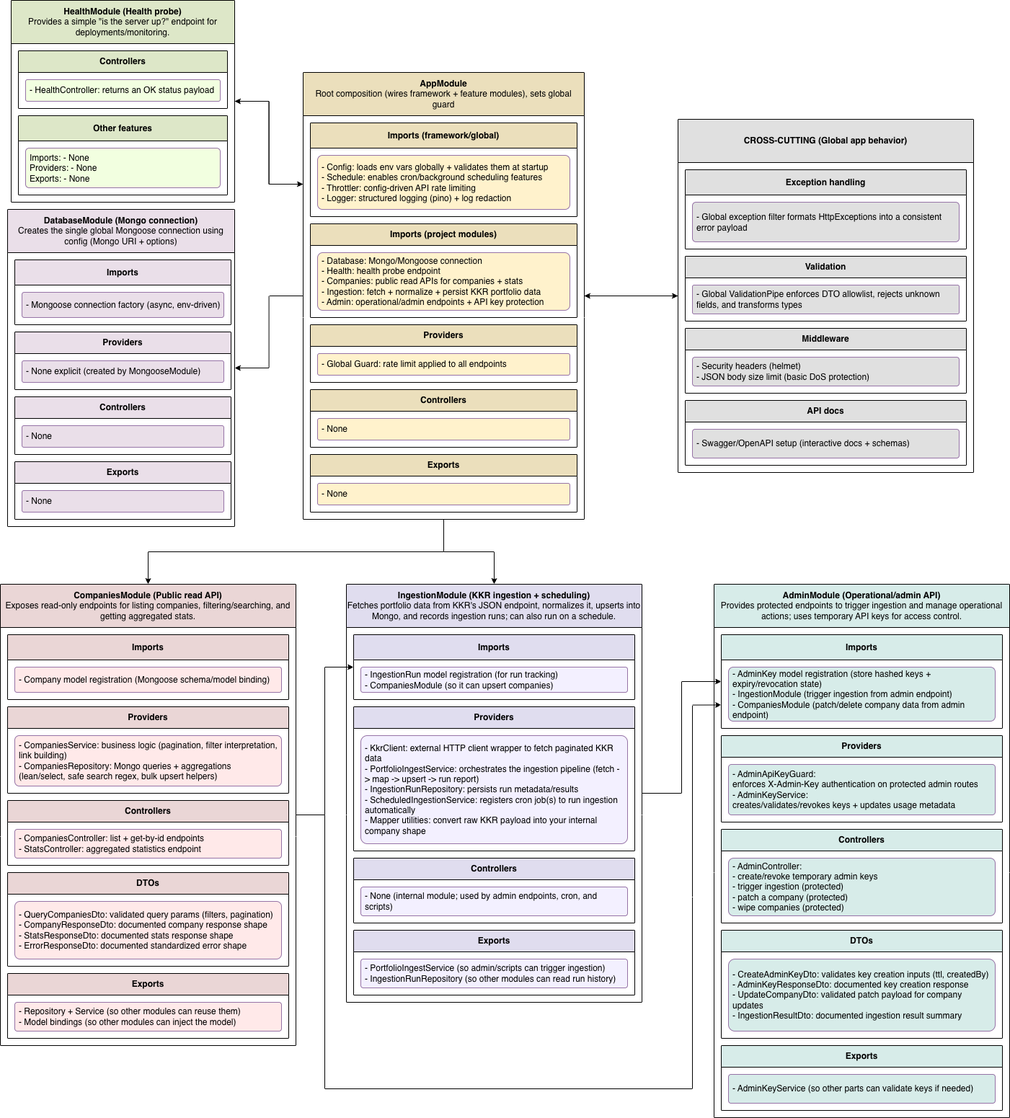
Above: docs/diagrams/PortfoRadar.drawio.png in armanfeili/PortfoRadar (draw.io), before the change. Source tidied: cells renumbered, new cells last; positions are measured from the earlier drawing's top-left corner, leaving out a move shared by most shapes.
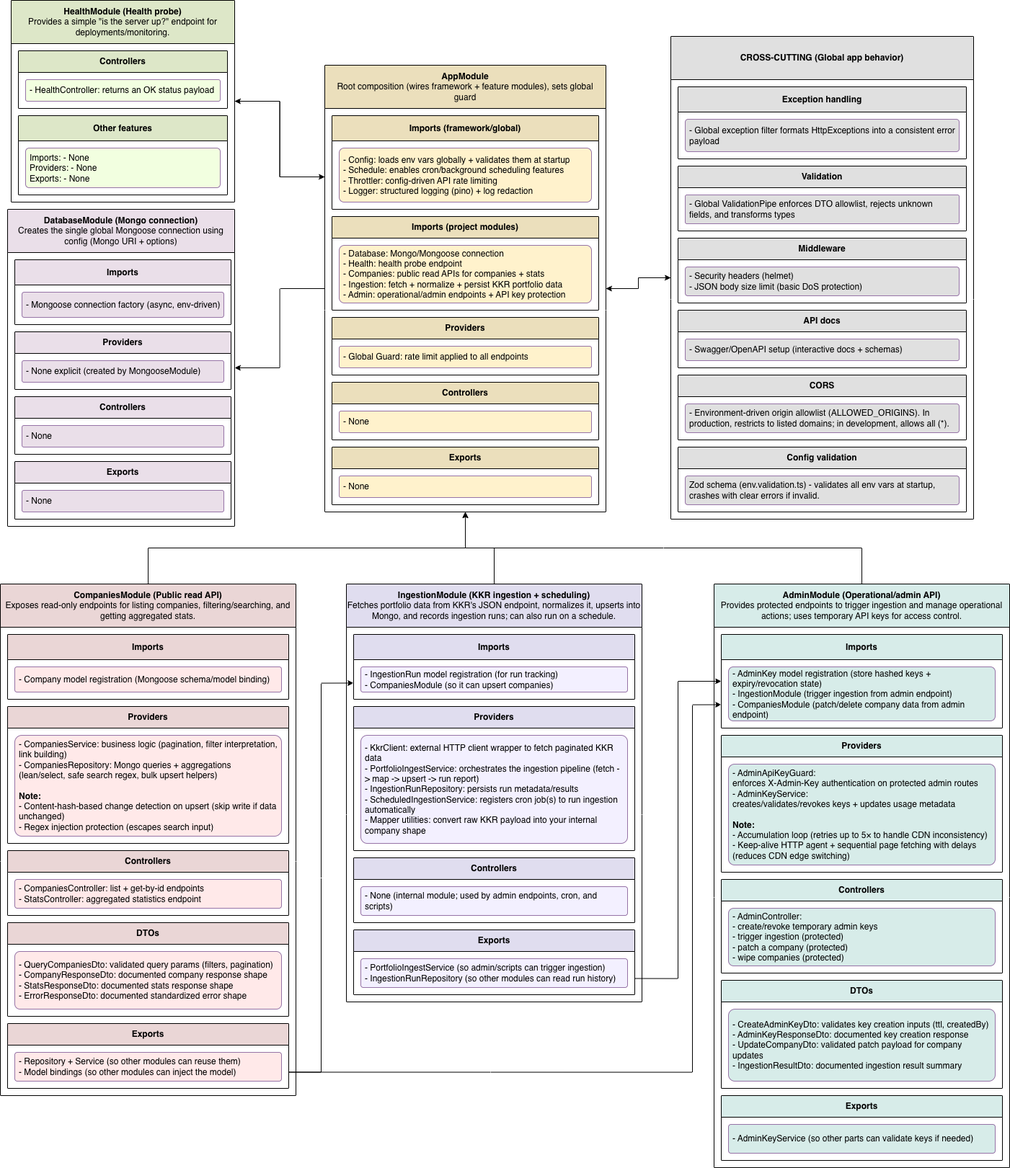
The same file after the commit.

Commit message:
diagram completed

Diff of the diagram source:
```diff
@@ -7,5 +7,2 @@
     </mxCell>
-    <mxCell id="3" style="edgeStyle=orthogonalEdgeStyle;rounded=0;jettySize=auto;html=1;exitX=0.5;exitY=1;exitDx=0;exitDy=0;entryX=0.5;entryY=0;entryDx=0;entryDy=0;" parent="1" edge="1" source="7" target="35">
-      <mxGeometry relative="1" as="geometry" />
-    </mxCell>
     <mxCell id="4" style="edgeStyle=orthogonalEdgeStyle;rounded=0;jettySize=auto;html=1;exitX=0;exitY=0.25;exitDx=0;exitDy=0;entryX=1;entryY=0.5;entryDx=0;entryDy=0;" parent="1" edge="1" source="7" target="28">
@@ -16,7 +13,4 @@
     </mxCell>
-    <mxCell id="6" style="edgeStyle=orthogonalEdgeStyle;rounded=0;jettySize=auto;html=1;exitX=0.5;exitY=1;exitDx=0;exitDy=0;entryX=0.5;entryY=0;entryDx=0;entryDy=0;" parent="1" edge="1" source="7" target="47">
-      <mxGeometry relative="1" as="geometry" />
-    </mxCell>
     <mxCell id="7" value="AppModule&lt;div&gt;&lt;span style=&quot;font-weight: normal;&quot;&gt;Root composition (wires framework + feature modules), sets global guard&lt;/span&gt;&lt;/div&gt;" style="swimlane;whiteSpace=wrap;html=1;fillColor=#EBDFBC;strokeColor=default;startSize=60;" parent="1" vertex="1">
-      <mxGeometry x="420" y="100" width="390" height="620" as="geometry" />
+      <mxGeometry x="450" y="90" width="390" height="620" as="geometry" />
     </mxCell>
@@ -97,17 +91,7 @@
     </mxCell>
-    <mxCell id="33" style="edgeStyle=orthogonalEdgeStyle;rounded=0;jettySize=auto;html=1;exitX=1;exitY=0.5;exitDx=0;exitDy=0;entryX=0;entryY=0.5;entryDx=0;entryDy=0;" parent="1" edge="1" source="35" target="48">
-      <mxGeometry relative="1" as="geometry" />
-    </mxCell>
-    <mxCell id="34" style="edgeStyle=orthogonalEdgeStyle;rounded=0;jettySize=auto;html=1;exitX=1;exitY=0.5;exitDx=0;exitDy=0;entryX=0;entryY=0.75;entryDx=0;entryDy=0;" parent="1" edge="1" source="35" target="57">
-      <mxGeometry relative="1" as="geometry">
-        <Array as="points">
-          <mxPoint x="450" y="1130" />
-          <mxPoint x="450" y="1510" />
-          <mxPoint x="960" y="1510" />
-          <mxPoint x="960" y="978" />
-        </Array>
-      </mxGeometry>
-    </mxCell>
+    <mxCell id="77" style="edgeStyle=orthogonalEdgeStyle;rounded=0;jettySize=auto;html=1;exitX=0.5;exitY=0;exitDx=0;exitDy=0;entryX=0.5;entryY=1;entryDx=0;entryDy=0;" parent="1" edge="1" source="35" target="7">
+      <mxGeometry relative="1" as="geometry" />
+    </mxCell>
     <mxCell id="35" value="CompaniesModule (Public read API)&lt;div&gt;&lt;span style=&quot;font-weight: normal;&quot;&gt;Exposes read-only endpoints for listing companies, filtering/searching, and getting aggregated stats.&lt;/span&gt;&lt;/div&gt;" style="swimlane;whiteSpace=wrap;html=1;fillColor=#EAD6D6;strokeColor=default;startSize=60;" parent="1" vertex="1">
-      <mxGeometry y="810" width="410" height="640" as="geometry" />
+      <mxGeometry y="810" width="410" height="710" as="geometry" />
     </mxCell>
@@ -120,9 +104,9 @@
     <mxCell id="38" value="&lt;div style=&quot;&quot;&gt;&lt;div style=&quot;text-align: left;&quot;&gt;Providers&lt;/div&gt;&lt;/div&gt;" style="swimlane;whiteSpace=wrap;html=1;fillColor=#EAD6D6;strokeColor=default;startSize=30;" parent="35" vertex="1">
-      <mxGeometry x="10" y="170" width="390" height="120" as="geometry" />
+      <mxGeometry x="10" y="170" width="390" height="190" as="geometry" />
     </mxCell>
-    <mxCell id="39" value="&lt;div style=&quot;&quot;&gt;&lt;div&gt;&lt;span style=&quot;font-weight: 400;&quot;&gt;- CompaniesService: business logic (pagination, filter interpretation, link building)&lt;/span&gt;&lt;/div&gt;&lt;div&gt;&lt;span style=&quot;font-weight: 400;&quot;&gt;- CompaniesRepository: Mongo queries + aggregations (lean/select, safe search regex, bulk upsert helpers)&lt;/span&gt;&lt;/div&gt;&lt;/div&gt;" style="rounded=1;whiteSpace=wrap;html=1;align=left;fillColor=#FFE9E9;strokeColor=#9673a6;fontStyle=1;arcSize=9;spacing=6;" parent="38" vertex="1">
-      <mxGeometry x="10" y="40" width="370" height="70" as="geometry" />
+    <mxCell id="39" value="&lt;div style=&quot;&quot;&gt;&lt;div&gt;&lt;span style=&quot;font-weight: 400;&quot;&gt;- CompaniesService: business logic (pagination, filter interpretation, link building)&lt;/span&gt;&lt;/div&gt;&lt;div&gt;&lt;span style=&quot;font-weight: 400;&quot;&gt;- CompaniesRepository: Mongo queries + aggregations (lean/select, safe search regex, bulk upsert helpers)&lt;/span&gt;&lt;/div&gt;&lt;div&gt;&lt;span style=&quot;font-weight: 400;&quot;&gt;&lt;br&gt;&lt;/span&gt;&lt;/div&gt;&lt;div&gt;Note:&lt;/div&gt;&lt;div&gt;&lt;div style=&quot;&quot;&gt;&lt;span style=&quot;font-weight: 400;&quot;&gt;- Content-hash-based change detection on upsert (skip write if data unchanged)&lt;/span&gt;&lt;/div&gt;&lt;div style=&quot;&quot;&gt;&lt;span style=&quot;font-weight: 400;&quot;&gt;- Regex injection protection (escapes search input)&lt;/span&gt;&lt;/div&gt;&lt;/div&gt;&lt;/div&gt;" style="rounded=1;whiteSpace=wrap;html=1;align=left;fillColor=#FFE9E9;strokeColor=#9673a6;fontStyle=1;arcSize=7;spacing=6;" parent="38" vertex="1">
+      <mxGeometry x="10" y="40" width="370" height="140" as="geometry" />
     </mxCell>
     <mxCell id="40" value="&lt;div style=&quot;&quot;&gt;&lt;div style=&quot;text-align: left;&quot;&gt;Controllers&lt;/div&gt;&lt;/div&gt;" style="swimlane;whiteSpace=wrap;html=1;fillColor=#EAD6D6;strokeColor=default;startSize=30;" parent="35" vertex="1">
-      <mxGeometry x="10" y="300" width="390" height="90" as="geometry" />
+      <mxGeometry x="10" y="370" width="390" height="90" as="geometry" />
     </mxCell>
@@ -132,3 +116,3 @@
     <mxCell id="42" value="&lt;div style=&quot;&quot;&gt;&lt;div style=&quot;text-align: left;&quot;&gt;Exports&lt;/div&gt;&lt;/div&gt;" style="swimlane;whiteSpace=wrap;html=1;fillColor=#EAD6D6;strokeColor=default;startSize=30;" parent="35" vertex="1">
-      <mxGeometry x="10" y="540" width="390" height="90" as="geometry" />
+      <mxGeometry x="10" y="610" width="390" height="90" as="geometry" />
     </mxCell>
@@ -138,3 +122,3 @@
     <mxCell id="44" value="&lt;div style=&quot;&quot;&gt;&lt;div style=&quot;text-align: left;&quot;&gt;DTOs&lt;/div&gt;&lt;/div&gt;" style="swimlane;whiteSpace=wrap;html=1;fillColor=#EAD6D6;strokeColor=default;startSize=30;" parent="35" vertex="1">
-      <mxGeometry x="10" y="400" width="390" height="130" as="geometry" />
+      <mxGeometry x="10" y="470" width="390" height="130" as="geometry" />
     </mxCell>
@@ -143,5 +127,5 @@
     </mxCell>
-    <mxCell id="46" style="edgeStyle=orthogonalEdgeStyle;rounded=0;jettySize=auto;html=1;exitX=1;exitY=0.5;exitDx=0;exitDy=0;entryX=0;entryY=0.5;entryDx=0;entryDy=0;" parent="1" edge="1" source="47" target="57">
-      <mxGeometry relative="1" as="geometry" />
-    </mxCell>
+    <mxCell id="78" style="edgeStyle=orthogonalEdgeStyle;rounded=0;jettySize=auto;html=1;exitX=0.5;exitY=0;exitDx=0;exitDy=0;entryX=0.5;entryY=1;entryDx=0;entryDy=0;" parent="1" edge="1" source="47" target="7">
+      <mxGeometry relative="1" as="geometry" />
+    </mxCell>
     <mxCell id="47" value="&lt;div&gt;IngestionModule (KKR ingestion + scheduling)&lt;/div&gt;&lt;div&gt;&lt;span style=&quot;font-weight: normal;&quot;&gt;Fetches portfolio data from KKR's JSON endpoint, normalizes it, upserts into Mongo, and records ingestion runs; can also run on a schedule.&lt;/span&gt;&lt;/div&gt;" style="swimlane;whiteSpace=wrap;html=1;fillColor=#E0DDEF;strokeColor=default;startSize=60;" parent="1" vertex="1">
@@ -173,4 +157,7 @@
     </mxCell>
+    <mxCell id="79" style="edgeStyle=orthogonalEdgeStyle;rounded=0;jettySize=auto;html=1;exitX=0.5;exitY=0;exitDx=0;exitDy=0;entryX=0.5;entryY=1;entryDx=0;entryDy=0;" parent="1" edge="1" source="56" target="7">
+      <mxGeometry relative="1" as="geometry" />
+    </mxCell>
     <mxCell id="56" value="AdminModule (Operational/admin API)&lt;div&gt;&lt;span style=&quot;font-weight: normal;&quot;&gt;Provides protected endpoints to trigger ingestion and manage operational actions; uses temporary API keys for access control.&lt;/span&gt;&lt;/div&gt;" style="swimlane;whiteSpace=wrap;html=1;fillColor=#D7ECE9;strokeColor=default;startSize=60;" parent="1" vertex="1">
-      <mxGeometry x="990" y="810" width="410" height="740" as="geometry" />
+      <mxGeometry x="990" y="810" width="410" height="810" as="geometry" />
     </mxCell>
@@ -183,9 +170,9 @@
     <mxCell id="59" value="&lt;div style=&quot;&quot;&gt;&lt;div style=&quot;text-align: left;&quot;&gt;Providers&lt;/div&gt;&lt;/div&gt;" style="swimlane;whiteSpace=wrap;html=1;fillColor=#D7ECE9;strokeColor=default;startSize=30;" parent="56" vertex="1">
-      <mxGeometry x="10" y="210" width="390" height="120" as="geometry" />
+      <mxGeometry x="10" y="210" width="390" height="190" as="geometry" />
     </mxCell>
-    <mxCell id="60" value="&lt;div style=&quot;&quot;&gt;&lt;div&gt;&lt;span style=&quot;font-weight: 400;&quot;&gt;- AdminApiKeyGuard:&amp;nbsp;&lt;/span&gt;&lt;/div&gt;&lt;div&gt;&lt;span style=&quot;font-weight: 400;&quot;&gt;enforces X-Admin-Key authentication on protected admin routes&lt;/span&gt;&lt;/div&gt;&lt;div&gt;&lt;span style=&quot;font-weight: 400;&quot;&gt;- AdminKeyService:&amp;nbsp;&lt;/span&gt;&lt;/div&gt;&lt;div&gt;&lt;span style=&quot;font-weight: 400;&quot;&gt;creates/validates/revokes keys + updates usage metadata&lt;/span&gt;&lt;/div&gt;&lt;/div&gt;" style="rounded=1;whiteSpace=wrap;html=1;align=left;fillColor=#D7ECE9;strokeColor=#9673a6;fontStyle=1;arcSize=6;spacing=6;" parent="59" vertex="1">
-      <mxGeometry x="10" y="40" width="370" height="70" as="geometry" />
+    <mxCell id="60" value="&lt;div style=&quot;&quot;&gt;&lt;div&gt;&lt;span style=&quot;font-weight: 400;&quot;&gt;- AdminApiKeyGuard:&amp;nbsp;&lt;/span&gt;&lt;/div&gt;&lt;div&gt;&lt;span style=&quot;font-weight: 400;&quot;&gt;enforces X-Admin-Key authentication on protected admin routes&lt;/span&gt;&lt;/div&gt;&lt;div&gt;&lt;span style=&quot;font-weight: 400;&quot;&gt;- AdminKeyService:&amp;nbsp;&lt;/span&gt;&lt;/div&gt;&lt;div&gt;&lt;span style=&quot;font-weight: 400;&quot;&gt;creates/validates/revokes keys + updates usage metadata&lt;/span&gt;&lt;/div&gt;&lt;div&gt;&lt;span style=&quot;font-weight: 400;&quot;&gt;&lt;br&gt;&lt;/span&gt;&lt;/div&gt;&lt;div&gt;Note:&lt;/div&gt;&lt;div&gt;&lt;div style=&quot;&quot;&gt;&lt;span style=&quot;font-weight: 400;&quot;&gt;- Accumulation loop (retries up to 5× to handle CDN inconsistency)&lt;/span&gt;&lt;/div&gt;&lt;div style=&quot;&quot;&gt;&lt;span style=&quot;font-weight: 400;&quot;&gt;- Keep-alive HTTP agent + sequential page fetching with delays (reduces CDN edge switching)&lt;/span&gt;&lt;/div&gt;&lt;/div&gt;&lt;/div&gt;" style="rounded=1;whiteSpace=wrap;html=1;align=left;fillColor=#D7ECE9;strokeColor=#9673a6;fontStyle=1;arcSize=6;spacing=6;" parent="59" vertex="1">
+      <mxGeometry x="10" y="40" width="370" height="140" as="geometry" />
     </mxCell>
     <mxCell id="61" value="&lt;div style=&quot;&quot;&gt;&lt;div style=&quot;text-align: left;&quot;&gt;Controllers&lt;/div&gt;&lt;/div&gt;" style="swimlane;whiteSpace=wrap;html=1;fillColor=#D7ECE9;strokeColor=default;startSize=30;" parent="56" vertex="1">
-      <mxGeometry x="10" y="340" width="390" height="130" as="geometry" />
+      <mxGeometry x="10" y="410" width="390" height="130" as="geometry" />
     </mxCell>
@@ -195,3 +182,3 @@
     <mxCell id="63" value="&lt;div style=&quot;&quot;&gt;&lt;div style=&quot;text-align: left;&quot;&gt;DTOs&lt;/div&gt;&lt;/div&gt;" style="swimlane;whiteSpace=wrap;html=1;fillColor=#D7ECE9;strokeColor=default;startSize=30;" parent="56" vertex="1">
-      <mxGeometry x="10" y="480" width="390" height="150" as="geometry" />
+      <mxGeometry x="10" y="550" width="390" height="150" as="geometry" />
     </mxCell>
@@ -201,3 +188,3 @@
     <mxCell id="65" value="&lt;div style=&quot;&quot;&gt;&lt;div style=&quot;text-align: left;&quot;&gt;Exports&lt;/div&gt;&lt;/div&gt;" style="swimlane;whiteSpace=wrap;html=1;fillColor=#D7ECE9;strokeColor=default;startSize=30;" parent="56" vertex="1">
-      <mxGeometry x="10" y="640" width="390" height="90" as="geometry" />
+      <mxGeometry x="10" y="710" width="390" height="90" as="geometry" />
     </mxCell>
@@ -210,28 +197,54 @@
     <mxCell id="68" value="&lt;div&gt;CROSS-CUTTING (Global app behavior)&lt;/div&gt;" style="swimlane;whiteSpace=wrap;html=1;fillColor=#E0E0E0;strokeColor=default;startSize=60;" parent="1" vertex="1">
-      <mxGeometry x="940" y="165" width="410" height="490" as="geometry" />
+      <mxGeometry x="930" y="50" width="420" height="670" as="geometry" />
     </mxCell>
     <mxCell id="69" value="&lt;div style=&quot;&quot;&gt;&lt;div style=&quot;text-align: left;&quot;&gt;&lt;div&gt;Exception handling&lt;/div&gt;&lt;/div&gt;&lt;/div&gt;" style="swimlane;whiteSpace=wrap;html=1;fillColor=#E0E0E0;strokeColor=default;startSize=35;" parent="68" vertex="1">
-      <mxGeometry x="10" y="70" width="390" height="110" as="geometry" />
+      <mxGeometry x="10" y="70" width="400" height="100" as="geometry" />
     </mxCell>
     <mxCell id="70" value="&lt;div style=&quot;&quot;&gt;&lt;div&gt;&lt;span style=&quot;font-weight: 400;&quot;&gt;- Global exception filter formats HttpExceptions into a consistent error payload&lt;/span&gt;&lt;/div&gt;&lt;/div&gt;" style="rounded=1;whiteSpace=wrap;html=1;align=left;fillColor=#E0E0E0;strokeColor=#9673a6;fontStyle=1;arcSize=9;spacing=6;" parent="69" vertex="1">
-      <mxGeometry x="10" y="45" width="370" height="55" as="geometry" />
+      <mxGeometry x="10" y="45" width="380" height="45" as="geometry" />
     </mxCell>
     <mxCell id="71" value="&lt;div style=&quot;&quot;&gt;&lt;div style=&quot;text-align: left;&quot;&gt;&lt;div&gt;Validation&lt;/div&gt;&lt;/div&gt;&lt;/div&gt;" style="swimlane;whiteSpace=wrap;html=1;fillColor=#E0E0E0;strokeColor=default;startSize=30;" parent="68" vertex="1">
-      <mxGeometry x="10" y="190" width="390" height="90" as="geometry" />
+      <mxGeometry x="10" y="180" width="400" height="90" as="geometry" />
     </mxCell>
     <mxCell id="72" value="&lt;div style=&quot;&quot;&gt;&lt;div&gt;&lt;span style=&quot;font-weight: 400;&quot;&gt;- Global ValidationPipe enforces DTO allowlist, rejects unknown fields, and transforms types&lt;/span&gt;&lt;/div&gt;&lt;/div&gt;" style="rounded=1;whiteSpace=wrap;html=1;align=left;fillColor=#E0E0E0;strokeColor=#9673a6;fontStyle=1;arcSize=6;spacing=6;" parent="71" vertex="1">
-      <mxGeometry x="10" y="40" width="370" height="40" as="geometry" />
+      <mxGeometry x="10" y="40" width="380" height="40" as="geometry" />
     </mxCell>
     <mxCell id="73" value="&lt;div style=&quot;&quot;&gt;&lt;div style=&quot;text-align: left;&quot;&gt;&lt;div&gt;Middleware&lt;/div&gt;&lt;/div&gt;&lt;/div&gt;" style="swimlane;whiteSpace=wrap;html=1;fillColor=#E0E0E0;strokeColor=default;startSize=30;" parent="68" vertex="1">
-      <mxGeometry x="10" y="290" width="390" height="90" as="geometry" />
+      <mxGeometry x="10" y="280" width="400" height="90" as="geometry" />
     </mxCell>
     <mxCell id="74" value="&lt;div style=&quot;&quot;&gt;&lt;div&gt;&lt;span style=&quot;font-weight: 400;&quot;&gt;- Security headers (helmet)&lt;/span&gt;&lt;/div&gt;&lt;div&gt;&lt;span style=&quot;font-weight: 400;&quot;&gt;- JSON body size limit (basic DoS protection)&lt;/span&gt;&lt;/div&gt;&lt;/div&gt;" style="rounded=1;whiteSpace=wrap;html=1;align=left;fillColor=#E0E0E0;strokeColor=#9673a6;fontStyle=1;arcSize=9;spacing=6;" parent="73" vertex="1">
-      <mxGeometry x="10" y="40" width="370" height="40" as="geometry" />
+      <mxGeometry x="10" y="40" width="380" height="40" as="geometry" />
     </mxCell>
     <mxCell id="75" value="&lt;div style=&quot;&quot;&gt;&lt;div style=&quot;text-align: left;&quot;&gt;&lt;div&gt;API docs&lt;/div&gt;&lt;/div&gt;&lt;/div&gt;" style="swimlane;whiteSpace=wrap;html=1;fillColor=#E0E0E0;strokeColor=default;startSize=30;" parent="68" vertex="1">
-      <mxGeometry x="10" y="390" width="390" height="90" as="geometry" />
+      <mxGeometry x="10" y="380" width="400" height="80" as="geometry" />
     </mxCell>
     <mxCell id="76" value="&lt;div style=&quot;&quot;&gt;&lt;div&gt;&lt;span style=&quot;font-weight: 400;&quot;&gt;- Swagger/OpenAPI setup (interactive docs + schemas)&lt;/span&gt;&lt;/div&gt;&lt;/div&gt;" style="rounded=1;whiteSpace=wrap;html=1;align=left;fillColor=#E0E0E0;strokeColor=#9673a6;fontStyle=1;arcSize=9;spacing=6;" parent="75" vertex="1">
-      <mxGeometry x="10" y="40" width="370" height="40" as="geometry" />
+      <mxGeometry x="10" y="40" width="380" height="30" as="geometry" />
     </mxCell>
+    <mxCell id="80" value="&lt;div style=&quot;&quot;&gt;&lt;div style=&quot;text-align: left;&quot;&gt;&lt;div&gt;CORS&lt;/div&gt;&lt;/div&gt;&lt;/div&gt;" style="swimlane;whiteSpace=wrap;html=1;fillColor=#E0E0E0;strokeColor=default;startSize=30;" parent="68" vertex="1">
+      <mxGeometry x="10" y="470" width="400" height="90" as="geometry" />
+    </mxCell>
+    <mxCell id="81" value="&lt;div style=&quot;&quot;&gt;&lt;span style=&quot;font-weight: 400;&quot;&gt;- Environment-driven origin allowlist (ALLOWED_ORIGINS).&amp;nbsp;&lt;/span&gt;&lt;span style=&quot;font-weight: 400; background-color: transparent; color: light-dark(rgb(0, 0, 0), rgb(255, 255, 255));&quot;&gt;In production, restricts to listed domains; in development, allows all (*).&lt;/span&gt;&lt;/div&gt;" style="rounded=1;whiteSpace=wrap;html=1;align=left;fillColor=#E0E0E0;strokeColor=#9673a6;fontStyle=1;arcSize=9;spacing=6;" parent="80" vertex="1">
+      <mxGeometry x="10" y="40" width="380" height="40" as="geometry" />
+    </mxCell>
+    <mxCell id="82" value="&lt;div style=&quot;&quot;&gt;&lt;div style=&quot;text-align: left;&quot;&gt;Config validation&lt;/div&gt;&lt;/div&gt;" style="swimlane;whiteSpace=wrap;html=1;fillColor=#E0E0E0;strokeColor=default;startSize=30;" parent="68" vertex="1">
+      <mxGeometry x="10" y="570" width="400" height="90" as="geometry" />
+    </mxCell>
+    <mxCell id="83" value="&lt;div style=&quot;&quot;&gt;&lt;div&gt;&lt;span style=&quot;font-weight: normal;&quot;&gt;Zod schema (&lt;/span&gt;&lt;span style=&quot;font-weight: normal; background-color: transparent; color: light-dark(rgb(0, 0, 0), rgb(255, 255, 255));&quot;&gt;env.validation.ts&lt;/span&gt;&lt;span style=&quot;font-weight: normal; background-color: transparent; color: light-dark(rgb(0, 0, 0), rgb(255, 255, 255));&quot;&gt;) - validates all env vars at startup, crashes with clear errors if invalid.&lt;/span&gt;&lt;/div&gt;&lt;/div&gt;" style="rounded=1;whiteSpace=wrap;html=1;align=left;fillColor=#E0E0E0;strokeColor=#9673a6;fontStyle=1;arcSize=9;spacing=6;" parent="82" vertex="1">
+      <mxGeometry x="10" y="40" width="380" height="40" as="geometry" />
+    </mxCell>
+    <mxCell id="84" style="edgeStyle=orthogonalEdgeStyle;rounded=0;jettySize=auto;html=1;exitX=1;exitY=0.75;exitDx=0;exitDy=0;entryX=0;entryY=0.75;entryDx=0;entryDy=0;" parent="1" edge="1" source="42" target="48">
+      <mxGeometry relative="1" as="geometry" />
+    </mxCell>
+    <mxCell id="85" style="edgeStyle=orthogonalEdgeStyle;rounded=0;jettySize=auto;html=1;exitX=1;exitY=0.75;exitDx=0;exitDy=0;entryX=0;entryY=0.75;entryDx=0;entryDy=0;" parent="1" edge="1" source="42" target="57">
+      <mxGeometry relative="1" as="geometry">
+        <Array as="points">
+          <mxPoint x="960" y="1488" />
+          <mxPoint x="960" y="978" />
+        </Array>
+      </mxGeometry>
+    </mxCell>
+    <mxCell id="86" style="edgeStyle=orthogonalEdgeStyle;rounded=0;jettySize=auto;html=1;exitX=1;exitY=0.75;exitDx=0;exitDy=0;entryX=0;entryY=0.5;entryDx=0;entryDy=0;" parent="1" edge="1" source="54" target="57">
+      <mxGeometry relative="1" as="geometry" />
+    </mxCell>
   </root>
```
